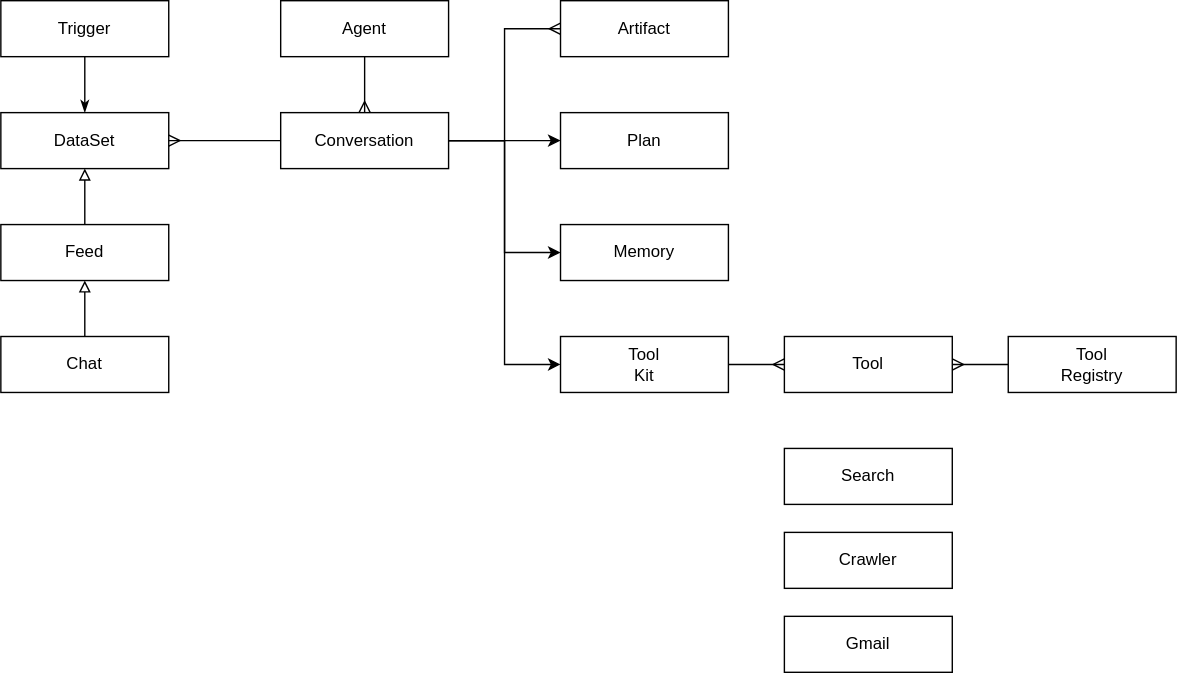
Above: packages/core/assistant/docs/ontology.draw.io.svg in dxos/dxos (draw.io), before the change. Source tidied: cells renumbered, new cells last; positions are measured from the earlier drawing's top-left corner, leaving out a move shared by most shapes. Source of this version:
```xml
<mxGraphModel>
  <root>
    <mxCell id="0" />
    <mxCell id="1" parent="0" />
    <mxCell id="2" value="DataSet" style="rounded=0;whiteSpace=wrap;html=1;" parent="1" vertex="1">
      <mxGeometry y="80" width="120" height="40" as="geometry" />
    </mxCell>
    <mxCell id="3" style="edgeStyle=none;html=1;exitX=1;exitY=0.5;exitDx=0;exitDy=0;entryX=0;entryY=0.5;entryDx=0;entryDy=0;endArrow=ERmany;endFill=0;rounded=0;" parent="1" edge="1" source="8" target="12">
      <mxGeometry relative="1" as="geometry">
        <Array as="points">
          <mxPoint x="360" y="100" />
          <mxPoint x="360" y="20" />
        </Array>
      </mxGeometry>
    </mxCell>
    <mxCell id="4" style="edgeStyle=none;html=1;exitX=1;exitY=0.5;exitDx=0;exitDy=0;endArrow=classic;endFill=1;rounded=0;" parent="1" edge="1" source="8" target="11">
      <mxGeometry relative="1" as="geometry" />
    </mxCell>
    <mxCell id="5" style="edgeStyle=none;html=1;exitX=1;exitY=0.5;exitDx=0;exitDy=0;entryX=0;entryY=0.5;entryDx=0;entryDy=0;endArrow=classic;endFill=1;rounded=0;" parent="1" edge="1" source="8" target="13">
      <mxGeometry relative="1" as="geometry">
        <Array as="points">
          <mxPoint x="360" y="100" />
          <mxPoint x="360" y="180" />
        </Array>
      </mxGeometry>
    </mxCell>
    <mxCell id="6" style="edgeStyle=none;html=1;exitX=1;exitY=0.5;exitDx=0;exitDy=0;entryX=0;entryY=0.5;entryDx=0;entryDy=0;endArrow=classic;endFill=1;rounded=0;" parent="1" edge="1" source="8" target="15">
      <mxGeometry relative="1" as="geometry">
        <Array as="points">
          <mxPoint x="360" y="100" />
          <mxPoint x="360" y="260" />
        </Array>
      </mxGeometry>
    </mxCell>
    <mxCell id="7" style="edgeStyle=none;rounded=0;html=1;exitX=0;exitY=0.5;exitDx=0;exitDy=0;endArrow=ERmany;endFill=0;" parent="1" edge="1" source="8" target="2">
      <mxGeometry relative="1" as="geometry" />
    </mxCell>
    <mxCell id="8" value="Conversation" style="rounded=0;whiteSpace=wrap;html=1;" parent="1" vertex="1">
      <mxGeometry x="200" y="80" width="120" height="40" as="geometry" />
    </mxCell>
    <mxCell id="9" style="edgeStyle=none;html=1;exitX=0.5;exitY=0;exitDx=0;exitDy=0;endArrow=block;endFill=0;" parent="1" edge="1" source="10" target="21">
      <mxGeometry relative="1" as="geometry" />
    </mxCell>
    <mxCell id="10" value="Chat" style="rounded=0;whiteSpace=wrap;html=1;" parent="1" vertex="1">
      <mxGeometry y="240" width="120" height="40" as="geometry" />
    </mxCell>
    <mxCell id="11" value="Plan" style="rounded=0;whiteSpace=wrap;html=1;" parent="1" vertex="1">
      <mxGeometry x="400" y="80" width="120" height="40" as="geometry" />
    </mxCell>
    <mxCell id="12" value="Artifact" style="rounded=0;whiteSpace=wrap;html=1;" parent="1" vertex="1">
      <mxGeometry x="400" width="120" height="40" as="geometry" />
    </mxCell>
    <mxCell id="13" value="Memory" style="rounded=0;whiteSpace=wrap;html=1;" parent="1" vertex="1">
      <mxGeometry x="400" y="160" width="120" height="40" as="geometry" />
    </mxCell>
    <mxCell id="14" style="edgeStyle=none;html=1;endArrow=ERmany;endFill=0;" parent="1" edge="1" source="15" target="22">
      <mxGeometry relative="1" as="geometry" />
    </mxCell>
    <mxCell id="15" value="Tool&lt;br&gt;Kit" style="rounded=0;whiteSpace=wrap;html=1;" parent="1" vertex="1">
      <mxGeometry x="400" y="240" width="120" height="40" as="geometry" />
    </mxCell>
    <mxCell id="16" style="edgeStyle=none;html=1;exitX=0;exitY=0.5;exitDx=0;exitDy=0;endArrow=ERmany;endFill=0;" parent="1" edge="1" source="17" target="22">
      <mxGeometry relative="1" as="geometry" />
    </mxCell>
    <mxCell id="17" value="Tool&lt;br&gt;Registry" style="rounded=0;whiteSpace=wrap;html=1;" parent="1" vertex="1">
      <mxGeometry x="720" y="240" width="120" height="40" as="geometry" />
    </mxCell>
    <mxCell id="18" style="edgeStyle=none;html=1;exitX=0.5;exitY=1;exitDx=0;exitDy=0;endArrow=classicThin;endFill=1;" parent="1" edge="1" source="19" target="2">
      <mxGeometry relative="1" as="geometry" />
    </mxCell>
    <mxCell id="19" value="Trigger" style="rounded=0;whiteSpace=wrap;html=1;" parent="1" vertex="1">
      <mxGeometry width="120" height="40" as="geometry" />
    </mxCell>
    <mxCell id="20" style="edgeStyle=none;html=1;exitX=0.5;exitY=0;exitDx=0;exitDy=0;endArrow=block;endFill=0;" parent="1" edge="1" source="21" target="2">
      <mxGeometry relative="1" as="geometry" />
    </mxCell>
    <mxCell id="21" value="Feed" style="rounded=0;whiteSpace=wrap;html=1;" parent="1" vertex="1">
      <mxGeometry y="160" width="120" height="40" as="geometry" />
    </mxCell>
    <mxCell id="22" value="Tool" style="rounded=0;whiteSpace=wrap;html=1;" parent="1" vertex="1">
      <mxGeometry x="560" y="240" width="120" height="40" as="geometry" />
    </mxCell>
    <mxCell id="23" style="edgeStyle=none;rounded=0;html=1;exitX=0.5;exitY=1;exitDx=0;exitDy=0;endArrow=ERmany;endFill=0;" parent="1" edge="1" source="24" target="8">
      <mxGeometry relative="1" as="geometry" />
    </mxCell>
    <mxCell id="24" value="Agent" style="rounded=0;whiteSpace=wrap;html=1;" parent="1" vertex="1">
      <mxGeometry x="200" width="120" height="40" as="geometry" />
    </mxCell>
    <mxCell id="25" value="Search" style="rounded=0;whiteSpace=wrap;html=1;" parent="1" vertex="1">
      <mxGeometry x="560" y="320" width="120" height="40" as="geometry" />
    </mxCell>
    <mxCell id="26" value="Crawler" style="rounded=0;whiteSpace=wrap;html=1;" parent="1" vertex="1">
      <mxGeometry x="560" y="380" width="120" height="40" as="geometry" />
    </mxCell>
    <mxCell id="27" value="Gmail" style="rounded=0;whiteSpace=wrap;html=1;" parent="1" vertex="1">
      <mxGeometry x="560" y="440" width="120" height="40" as="geometry" />
    </mxCell>
  </root>
</mxGraphModel>
```
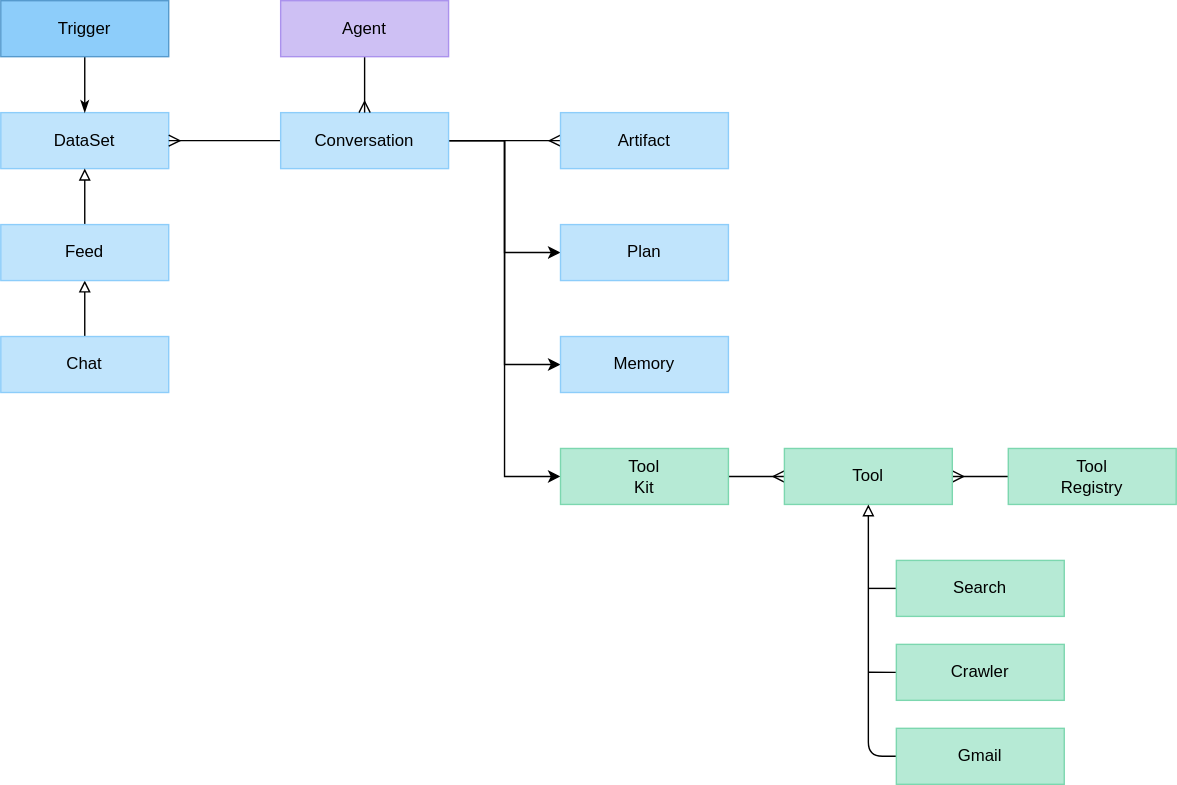
After the change.

Commit message:
refactor: Rename `Tasks` export to `TaskFunctions` and update the ontology diagram with layout and styling adjustments.

The edit, as a diff of the source:
```diff
@@ -2,25 +2,29 @@
   <root>
     <mxCell id="0" />
     <mxCell id="1" parent="0" />
-    <mxCell id="2" value="DataSet" style="rounded=0;whiteSpace=wrap;html=1;" parent="1" vertex="1">
+    <mxCell id="2" value="DataSet" style="rounded=0;whiteSpace=wrap;html=1;fillColor=#C0E4FC;fontColor=#000000;strokeColor=#8DCDFA;" parent="1" vertex="1">
       <mxGeometry y="80" width="120" height="40" as="geometry" />
     </mxCell>
     <mxCell id="3" style="edgeStyle=none;html=1;exitX=1;exitY=0.5;exitDx=0;exitDy=0;entryX=0;entryY=0.5;entryDx=0;entryDy=0;endArrow=ERmany;endFill=0;rounded=0;" parent="1" edge="1" source="8" target="12">
       <mxGeometry relative="1" as="geometry">
         <Array as="points">
           <mxPoint x="360" y="100" />
-          <mxPoint x="360" y="20" />
         </Array>
       </mxGeometry>
     </mxCell>
     <mxCell id="4" style="edgeStyle=none;html=1;exitX=1;exitY=0.5;exitDx=0;exitDy=0;endArrow=classic;endFill=1;rounded=0;" parent="1" edge="1" source="8" target="11">
-      <mxGeometry relative="1" as="geometry" />
+      <mxGeometry relative="1" as="geometry">
+        <Array as="points">
+          <mxPoint x="360" y="100" />
+          <mxPoint x="360" y="180" />
+        </Array>
+      </mxGeometry>
     </mxCell>
     <mxCell id="5" style="edgeStyle=none;html=1;exitX=1;exitY=0.5;exitDx=0;exitDy=0;entryX=0;entryY=0.5;entryDx=0;entryDy=0;endArrow=classic;endFill=1;rounded=0;" parent="1" edge="1" source="8" target="13">
       <mxGeometry relative="1" as="geometry">
         <Array as="points">
           <mxPoint x="360" y="100" />
-          <mxPoint x="360" y="180" />
+          <mxPoint x="360" y="260" />
         </Array>
       </mxGeometry>
     </mxCell>
@@ -28,72 +32,89 @@
       <mxGeometry relative="1" as="geometry">
         <Array as="points">
           <mxPoint x="360" y="100" />
-          <mxPoint x="360" y="260" />
+          <mxPoint x="360" y="340" />
         </Array>
       </mxGeometry>
     </mxCell>
     <mxCell id="7" style="edgeStyle=none;rounded=0;html=1;exitX=0;exitY=0.5;exitDx=0;exitDy=0;endArrow=ERmany;endFill=0;" parent="1" edge="1" source="8" target="2">
       <mxGeometry relative="1" as="geometry" />
     </mxCell>
-    <mxCell id="8" value="Conversation" style="rounded=0;whiteSpace=wrap;html=1;" parent="1" vertex="1">
+    <mxCell id="8" value="Conversation" style="rounded=0;whiteSpace=wrap;html=1;fillColor=#C0E4FC;fontColor=#000000;strokeColor=#8DCDFA;" parent="1" vertex="1">
       <mxGeometry x="200" y="80" width="120" height="40" as="geometry" />
     </mxCell>
     <mxCell id="9" style="edgeStyle=none;html=1;exitX=0.5;exitY=0;exitDx=0;exitDy=0;endArrow=block;endFill=0;" parent="1" edge="1" source="10" target="21">
       <mxGeometry relative="1" as="geometry" />
     </mxCell>
-    <mxCell id="10" value="Chat" style="rounded=0;whiteSpace=wrap;html=1;" parent="1" vertex="1">
+    <mxCell id="10" value="Chat" style="rounded=0;whiteSpace=wrap;html=1;fillColor=#C0E4FC;fontColor=#000000;strokeColor=#8DCDFA;" parent="1" vertex="1">
       <mxGeometry y="240" width="120" height="40" as="geometry" />
     </mxCell>
-    <mxCell id="11" value="Plan" style="rounded=0;whiteSpace=wrap;html=1;" parent="1" vertex="1">
-      <mxGeometry x="400" y="80" width="120" height="40" as="geometry" />
+    <mxCell id="11" value="Plan" style="rounded=0;whiteSpace=wrap;html=1;fillColor=#C0E4FC;fontColor=#000000;strokeColor=#8DCDFA;" parent="1" vertex="1">
+      <mxGeometry x="400" y="160" width="120" height="40" as="geometry" />
     </mxCell>
-    <mxCell id="12" value="Artifact" style="rounded=0;whiteSpace=wrap;html=1;" parent="1" vertex="1">
-      <mxGeometry x="400" width="120" height="40" as="geometry" />
+    <mxCell id="12" value="Artifact" style="rounded=0;whiteSpace=wrap;html=1;fillColor=#C0E4FC;fontColor=#000000;strokeColor=#8DCDFA;" parent="1" vertex="1">
+      <mxGeometry x="400" y="80" width="120" height="40" as="geometry" />
     </mxCell>
-    <mxCell id="13" value="Memory" style="rounded=0;whiteSpace=wrap;html=1;" parent="1" vertex="1">
-      <mxGeometry x="400" y="160" width="120" height="40" as="geometry" />
+    <mxCell id="13" value="Memory" style="rounded=0;whiteSpace=wrap;html=1;fillColor=#C0E4FC;fontColor=#000000;strokeColor=#8DCDFA;" parent="1" vertex="1">
+      <mxGeometry x="400" y="240" width="120" height="40" as="geometry" />
     </mxCell>
     <mxCell id="14" style="edgeStyle=none;html=1;endArrow=ERmany;endFill=0;" parent="1" edge="1" source="15" target="22">
       <mxGeometry relative="1" as="geometry" />
     </mxCell>
-    <mxCell id="15" value="Tool&lt;br&gt;Kit" style="rounded=0;whiteSpace=wrap;html=1;" parent="1" vertex="1">
-      <mxGeometry x="400" y="240" width="120" height="40" as="geometry" />
+    <mxCell id="15" value="Tool&lt;br&gt;Kit" style="rounded=0;whiteSpace=wrap;html=1;fillColor=#B6EAD5;fontColor=#000000;strokeColor=#7CD7AF;" parent="1" vertex="1">
+      <mxGeometry x="400" y="320" width="120" height="40" as="geometry" />
     </mxCell>
     <mxCell id="16" style="edgeStyle=none;html=1;exitX=0;exitY=0.5;exitDx=0;exitDy=0;endArrow=ERmany;endFill=0;" parent="1" edge="1" source="17" target="22">
       <mxGeometry relative="1" as="geometry" />
     </mxCell>
-    <mxCell id="17" value="Tool&lt;br&gt;Registry" style="rounded=0;whiteSpace=wrap;html=1;" parent="1" vertex="1">
-      <mxGeometry x="720" y="240" width="120" height="40" as="geometry" />
+    <mxCell id="17" value="Tool&lt;br&gt;Registry" style="rounded=0;whiteSpace=wrap;html=1;fillColor=#B6EAD5;fontColor=#000000;strokeColor=#7CD7AF;" parent="1" vertex="1">
+      <mxGeometry x="720" y="320" width="120" height="40" as="geometry" />
     </mxCell>
     <mxCell id="18" style="edgeStyle=none;html=1;exitX=0.5;exitY=1;exitDx=0;exitDy=0;endArrow=classicThin;endFill=1;" parent="1" edge="1" source="19" target="2">
       <mxGeometry relative="1" as="geometry" />
     </mxCell>
-    <mxCell id="19" value="Trigger" style="rounded=0;whiteSpace=wrap;html=1;" parent="1" vertex="1">
+    <mxCell id="19" value="Trigger" style="rounded=0;whiteSpace=wrap;html=1;fillColor=#8DCDFA;fontColor=#000000;strokeColor=#569ACD;" parent="1" vertex="1">
       <mxGeometry width="120" height="40" as="geometry" />
     </mxCell>
     <mxCell id="20" style="edgeStyle=none;html=1;exitX=0.5;exitY=0;exitDx=0;exitDy=0;endArrow=block;endFill=0;" parent="1" edge="1" source="21" target="2">
       <mxGeometry relative="1" as="geometry" />
     </mxCell>
-    <mxCell id="21" value="Feed" style="rounded=0;whiteSpace=wrap;html=1;" parent="1" vertex="1">
+    <mxCell id="21" value="Feed" style="rounded=0;whiteSpace=wrap;html=1;fillColor=#C0E4FC;fontColor=#000000;strokeColor=#8DCDFA;" parent="1" vertex="1">
       <mxGeometry y="160" width="120" height="40" as="geometry" />
     </mxCell>
-    <mxCell id="22" value="Tool" style="rounded=0;whiteSpace=wrap;html=1;" parent="1" vertex="1">
-      <mxGeometry x="560" y="240" width="120" height="40" as="geometry" />
+    <mxCell id="22" value="Tool" style="rounded=0;whiteSpace=wrap;html=1;fillColor=#B6EAD5;fontColor=#000000;strokeColor=#7CD7AF;" parent="1" vertex="1">
+      <mxGeometry x="560" y="320" width="120" height="40" as="geometry" />
     </mxCell>
     <mxCell id="23" style="edgeStyle=none;rounded=0;html=1;exitX=0.5;exitY=1;exitDx=0;exitDy=0;endArrow=ERmany;endFill=0;" parent="1" edge="1" source="24" target="8">
       <mxGeometry relative="1" as="geometry" />
     </mxCell>
-    <mxCell id="24" value="Agent" style="rounded=0;whiteSpace=wrap;html=1;" parent="1" vertex="1">
+    <mxCell id="24" value="Agent" style="rounded=0;whiteSpace=wrap;html=1;fillColor=#CEC0F4;fontColor=#000000;strokeColor=#AB92ED;" parent="1" vertex="1">
       <mxGeometry x="200" width="120" height="40" as="geometry" />
     </mxCell>
+    <mxCell id="28" style="edgeStyle=none;html=1;exitX=0;exitY=0.5;exitDx=0;exitDy=0;endArrow=none;endFill=0;" parent="1" edge="1" source="25">
+      <mxGeometry relative="1" as="geometry">
+        <mxPoint x="620" y="420" as="targetPoint" />
+      </mxGeometry>
+    </mxCell>
-    <mxCell id="25" value="Search" style="rounded=0;whiteSpace=wrap;html=1;" parent="1" vertex="1">
-      <mxGeometry x="560" y="320" width="120" height="40" as="geometry" />
+    <mxCell id="25" value="Search" style="rounded=0;whiteSpace=wrap;html=1;fillColor=#B6EAD5;fontColor=#000000;strokeColor=#7CD7AF;" parent="1" vertex="1">
+      <mxGeometry x="640" y="400" width="120" height="40" as="geometry" />
     </mxCell>
+    <mxCell id="29" style="edgeStyle=none;html=1;exitX=0;exitY=0.5;exitDx=0;exitDy=0;endArrow=none;endFill=0;" parent="1" edge="1" source="26">
+      <mxGeometry relative="1" as="geometry">
+        <mxPoint x="620" y="479.9" as="targetPoint" />
+      </mxGeometry>
+    </mxCell>
-    <mxCell id="26" value="Crawler" style="rounded=0;whiteSpace=wrap;html=1;" parent="1" vertex="1">
-      <mxGeometry x="560" y="380" width="120" height="40" as="geometry" />
+    <mxCell id="26" value="Crawler" style="rounded=0;whiteSpace=wrap;html=1;fillColor=#B6EAD5;fontColor=#000000;strokeColor=#7CD7AF;" parent="1" vertex="1">
+      <mxGeometry x="640" y="460" width="120" height="40" as="geometry" />
     </mxCell>
+    <mxCell id="30" style="edgeStyle=none;html=1;exitX=0;exitY=0.5;exitDx=0;exitDy=0;endArrow=block;endFill=0;" parent="1" edge="1" source="27" target="22">
+      <mxGeometry relative="1" as="geometry">
+        <Array as="points">
+          <mxPoint x="620" y="540" />
+        </Array>
+      </mxGeometry>
+    </mxCell>
-    <mxCell id="27" value="Gmail" style="rounded=0;whiteSpace=wrap;html=1;" parent="1" vertex="1">
-      <mxGeometry x="560" y="440" width="120" height="40" as="geometry" />
+    <mxCell id="27" value="Gmail" style="rounded=0;whiteSpace=wrap;html=1;fillColor=#B6EAD5;fontColor=#000000;strokeColor=#7CD7AF;" parent="1" vertex="1">
+      <mxGeometry x="640" y="520" width="120" height="40" as="geometry" />
     </mxCell>
   </root>
 </mxGraphModel>
```
